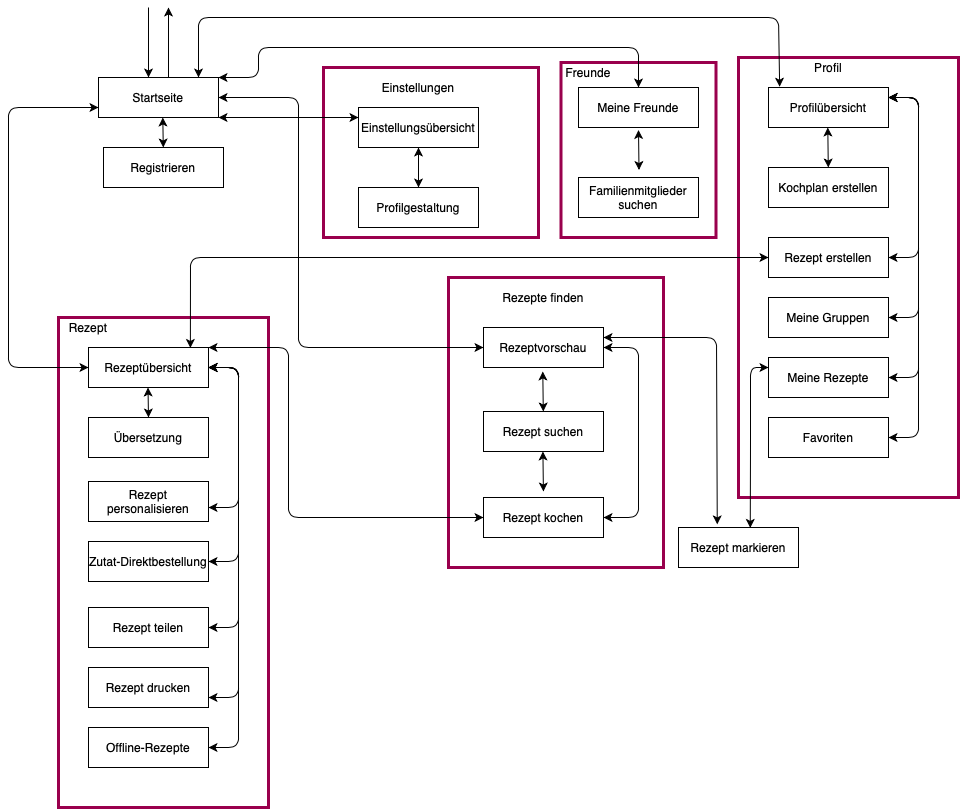
Earlier version of the draw.io export Artefakte/NavigationModel/WS2020_CobanMai_NavigationModel_v1.png (Inf166/PeerToPeerSharingOfCookingRecipies). Source tidied: cells renumbered, new cells last; positions are measured from the earlier drawing's top-left corner, leaving out a move shared by most shapes.
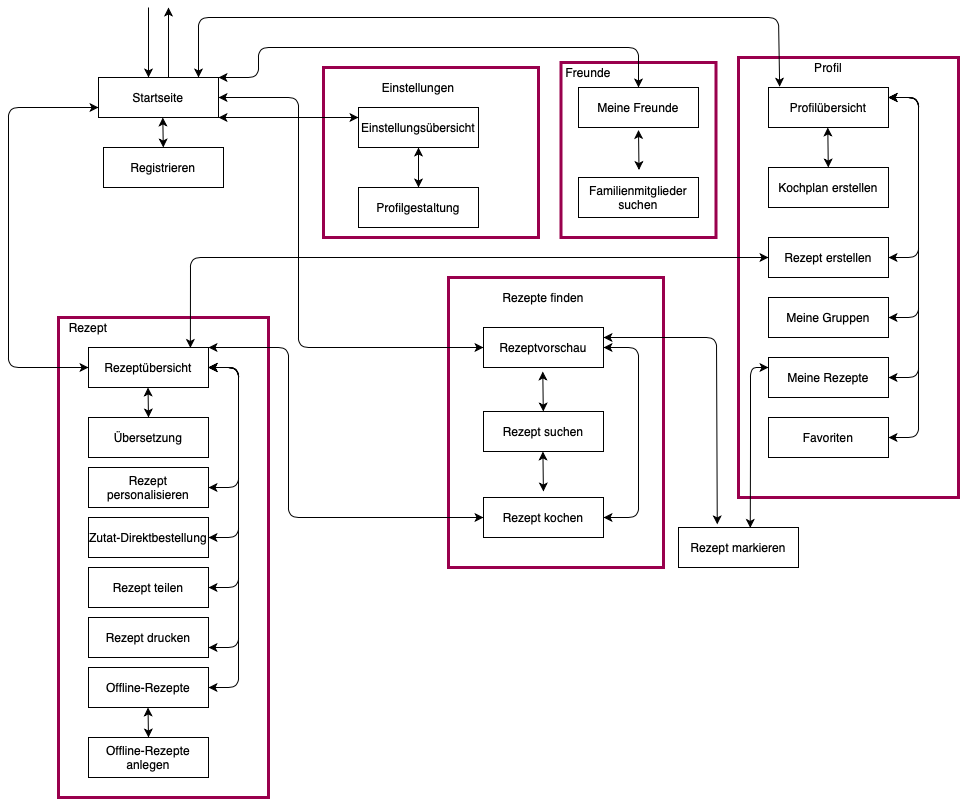
Later version of the same file.

What changed in the source:
```diff
@@ -9,7 +9,7 @@
       <mxGeometry x="730" y="50" width="220" height="440" as="geometry" />
     </mxCell>
     <mxCell id="4" style="rounded=0;whiteSpace=wrap;html=1;fillColor=none;strokeColor=#99004D;strokeWidth=3;" parent="1" vertex="1">
-      <mxGeometry x="50" y="310" width="210" height="490" as="geometry" />
+      <mxGeometry x="50" y="310" width="210" height="480" as="geometry" />
     </mxCell>
     <mxCell id="5" style="rounded=0;whiteSpace=wrap;html=1;fillColor=none;strokeColor=#99004D;strokeWidth=3;" parent="1" vertex="1">
       <mxGeometry x="315" y="60" width="215" height="170" as="geometry" />
@@ -68,19 +68,19 @@
       <mxGeometry x="80" y="410" width="120" height="40" as="geometry" />
     </mxCell>
     <mxCell id="20" value="Offline-Rezepte" style="rounded=0;whiteSpace=wrap;html=1;" parent="1" vertex="1">
-      <mxGeometry x="80" y="720" width="120" height="40" as="geometry" />
+      <mxGeometry x="80" y="660" width="120" height="40" as="geometry" />
     </mxCell>
     <mxCell id="21" value="Zutat-Direktbestellung" style="rounded=0;whiteSpace=wrap;html=1;" parent="1" vertex="1">
-      <mxGeometry x="80" y="534" width="120" height="40" as="geometry" />
+      <mxGeometry x="80" y="510" width="120" height="40" as="geometry" />
     </mxCell>
     <mxCell id="22" value="Rezept personalisieren" style="rounded=0;whiteSpace=wrap;html=1;" parent="1" vertex="1">
-      <mxGeometry x="80" y="474" width="120" height="40" as="geometry" />
+      <mxGeometry x="80" y="460" width="120" height="40" as="geometry" />
     </mxCell>
     <mxCell id="23" value="Rezept drucken" style="rounded=0;whiteSpace=wrap;html=1;" parent="1" vertex="1">
-      <mxGeometry x="80" y="660" width="120" height="40" as="geometry" />
+      <mxGeometry x="80" y="610" width="120" height="40" as="geometry" />
     </mxCell>
     <mxCell id="24" value="Rezept teilen" style="rounded=0;whiteSpace=wrap;html=1;" parent="1" vertex="1">
-      <mxGeometry x="80" y="600" width="120" height="40" as="geometry" />
+      <mxGeometry x="80" y="560" width="120" height="40" as="geometry" />
     </mxCell>
     <mxCell id="25" style="endArrow=classic;startArrow=classic;html=1;" parent="1" edge="1">
       <mxGeometry relative="1" as="geometry">
@@ -88,12 +88,11 @@
         <mxPoint x="139.5" y="380" as="targetPoint" />
       </mxGeometry>
     </mxCell>
-    <mxCell id="26" style="endArrow=classic;startArrow=classic;html=1;" parent="1" edge="1">
+    <mxCell id="26" style="endArrow=classic;startArrow=classic;html=1;exitX=1;exitY=0.5;exitDx=0;exitDy=0;" parent="1" edge="1" source="22">
       <mxGeometry relative="1" as="geometry">
-        <mxPoint x="200" y="500" as="sourcePoint" />
         <mxPoint x="200" y="360" as="targetPoint" />
         <Array as="points">
-          <mxPoint x="230" y="500" />
+          <mxPoint x="230" y="480" />
           <mxPoint x="230" y="360" />
         </Array>
       </mxGeometry>
@@ -105,7 +104,7 @@
       <mxGeometry relative="1" as="geometry">
         <mxPoint x="200" y="360" as="targetPoint" />
         <Array as="points">
-          <mxPoint x="230" y="554" />
+          <mxPoint x="230" y="530" />
           <mxPoint x="230" y="500" />
           <mxPoint x="230" y="360" />
         </Array>
@@ -114,7 +113,7 @@
     <mxCell id="29" style="endArrow=classic;startArrow=classic;html=1;exitX=1;exitY=0.5;exitDx=0;exitDy=0;entryX=1;entryY=0.5;entryDx=0;entryDy=0;" parent="1" edge="1" source="24" target="11">
       <mxGeometry relative="1" as="geometry">
         <Array as="points">
-          <mxPoint x="230" y="620" />
+          <mxPoint x="230" y="580" />
           <mxPoint x="230" y="510" />
           <mxPoint x="230" y="360" />
         </Array>
@@ -124,7 +123,7 @@
       <mxGeometry relative="1" as="geometry">
         <mxPoint x="200" y="360" as="targetPoint" />
         <Array as="points">
-          <mxPoint x="230" y="690" />
+          <mxPoint x="230" y="640" />
           <mxPoint x="230" y="610" />
           <mxPoint x="230" y="520" />
           <mxPoint x="230" y="360" />
@@ -135,7 +134,7 @@
       <mxGeometry relative="1" as="geometry">
         <mxPoint x="200" y="360" as="targetPoint" />
         <Array as="points">
-          <mxPoint x="230" y="740" />
+          <mxPoint x="230" y="680" />
           <mxPoint x="230" y="620" />
           <mxPoint x="230" y="530" />
           <mxPoint x="230" y="360" />
@@ -326,5 +325,14 @@
     <mxCell id="62" value="Freunde" style="text;html=1;strokeColor=none;fillColor=none;align=center;verticalAlign=middle;whiteSpace=wrap;rounded=0;" parent="1" vertex="1">
       <mxGeometry x="560" y="55" width="40" height="20" as="geometry" />
     </mxCell>
+    <mxCell id="63" value="Offline-Rezepte anlegen" style="rounded=0;whiteSpace=wrap;html=1;" parent="1" vertex="1">
+      <mxGeometry x="80" y="730" width="120" height="40" as="geometry" />
+    </mxCell>
+    <mxCell id="64" style="endArrow=classic;startArrow=classic;html=1;" parent="1" edge="1">
+      <mxGeometry relative="1" as="geometry">
+        <mxPoint x="140" y="730" as="sourcePoint" />
+        <mxPoint x="139.5" y="700" as="targetPoint" />
+      </mxGeometry>
+    </mxCell>
   </root>
 </mxGraphModel>
```
